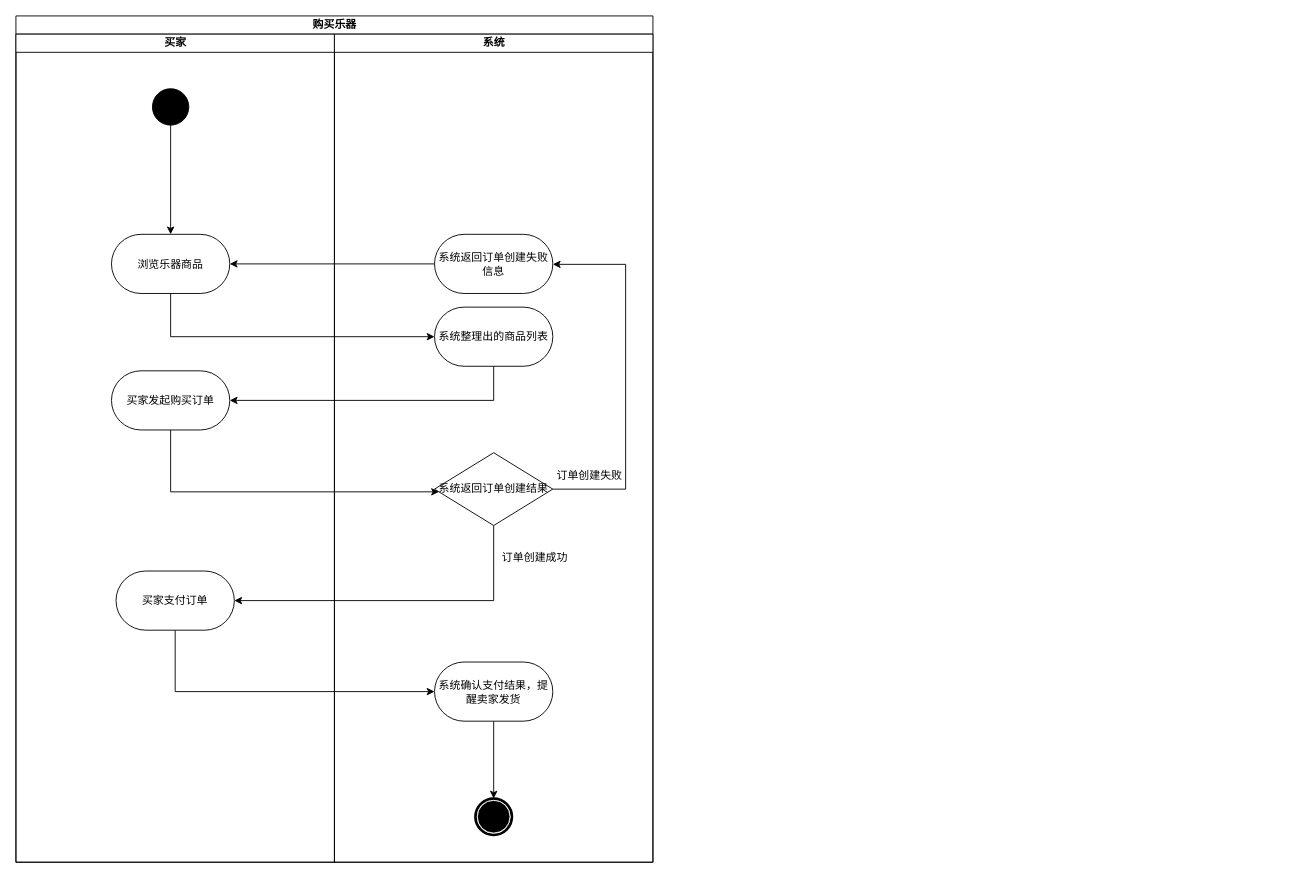
Before: page "功能建模" (1 of 2) of 文档/需求分析规约文档/三种建模/10购买乐器用例建模.drawio in w1ntercube/TJ-SE-Design, a draw.io diagram. Source tidied: cells renumbered, new cells numbered last; positions are measured from the earlier drawing's top-left corner, leaving out a move shared by most shapes. Both pictures are drawn from the tidied source at 91%, with x=0, y=0 at pixel (15, 15).
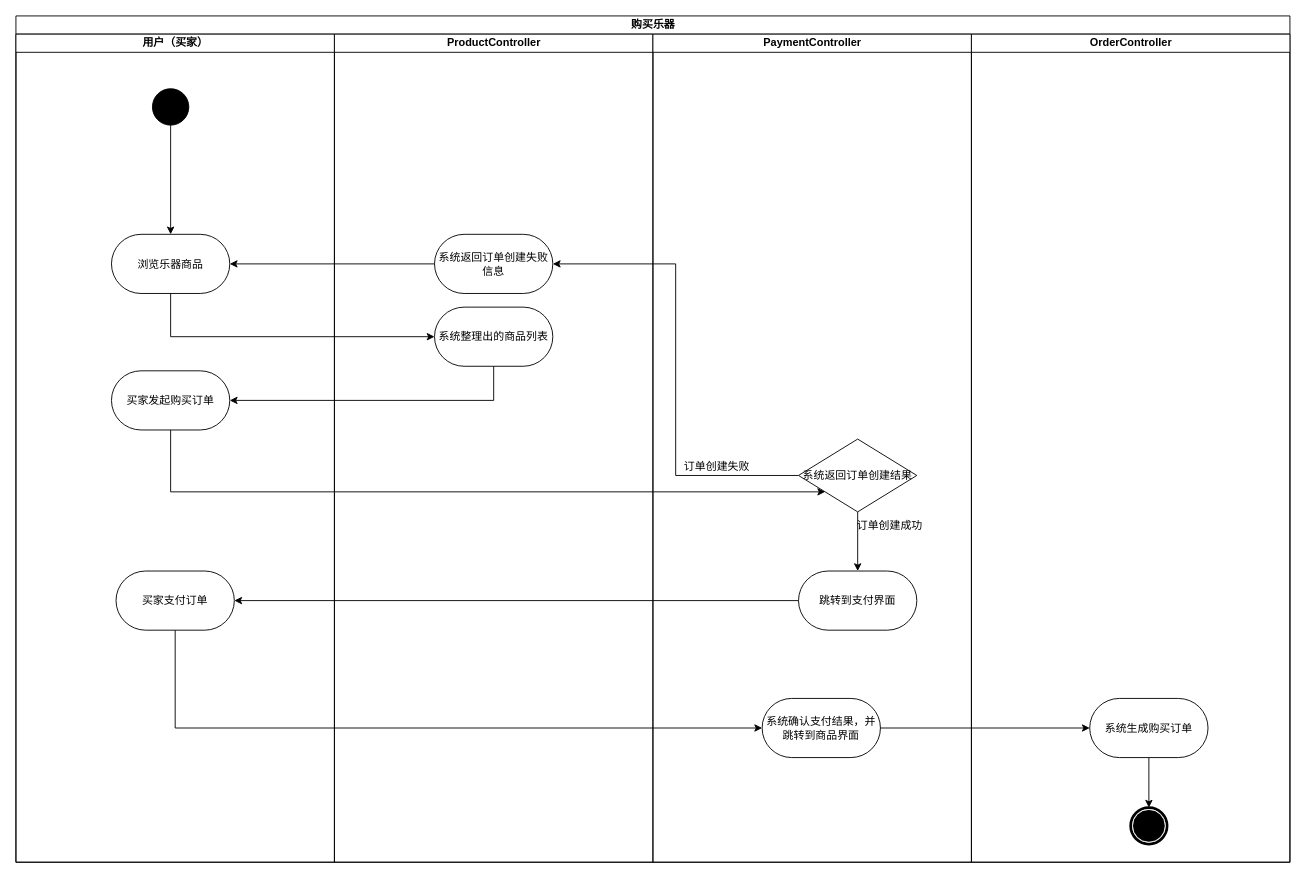
The same diagram, later.

The change refers to these unchanged cells:
```xml
<mxCell id="8" value="买家支付订单" style="whiteSpace=wrap;html=1;fontFamily=Verdana;rounded=1;shadow=0;comic=0;labelBackgroundColor=none;strokeWidth=1;arcSize=50;" parent="3" vertex="1">
  <mxGeometry x="110" y="590" width="130" height="65" as="geometry" />
</mxCell>
<mxCell id="13" value="系统返回订单创建失败信息" style="whiteSpace=wrap;html=1;fontFamily=Verdana;rounded=1;shadow=0;comic=0;labelBackgroundColor=none;strokeWidth=1;arcSize=50;" parent="9" vertex="1">
  <mxGeometry x="110" y="220" width="130" height="65" as="geometry" />
</mxCell>
```

Diff of the diagram source:
```diff
@@
     <mxCell id="2" value="购买乐器" style="swimlane;html=1;startSize=20;rounded=0;shadow=0;comic=0;labelBackgroundColor=none;strokeWidth=1;fontFamily=Verdana;fontSize=12;align=center;" parent="1" vertex="1">
-      <mxGeometry width="700" height="930" as="geometry" />
+      <mxGeometry width="1400" height="930" as="geometry" />
     </mxCell>
-    <mxCell id="3" value="买家" style="swimlane;html=1;startSize=20;" parent="2" vertex="1">
+    <mxCell id="3" value="用户（买家）" style="swimlane;html=1;startSize=20;" parent="2" vertex="1">
       <mxGeometry y="20" width="350" height="910" as="geometry" />
     </mxCell>
@@
-    <mxCell id="9" value="系统" style="swimlane;html=1;startSize=20;" parent="2" vertex="1">
+    <mxCell id="9" value="ProductController" style="swimlane;html=1;startSize=20;" parent="2" vertex="1">
       <mxGeometry x="350" y="20" width="350" height="910" as="geometry" />
     </mxCell>
@@
-    <mxCell id="11" value="系统返回订单创建结果" style="rhombus;whiteSpace=wrap;html=1;" parent="9" vertex="1">
-      <mxGeometry x="110" y="460" width="130" height="80" as="geometry" />
-    </mxCell>
-    <mxCell id="12" value="订单创建失败" style="text;html=1;align=center;verticalAlign=middle;strokeColor=none;fillColor=none;" parent="9" vertex="1">
-      <mxGeometry x="230" y="470" width="100" height="30" as="geometry" />
-    </mxCell>
@@
-    <mxCell id="14" style="edgeStyle=orthogonalEdgeStyle;rounded=0;jettySize=auto;html=1;" parent="9" edge="1" source="11" target="13">
-      <mxGeometry relative="1" as="geometry">
-        <Array as="points">
-          <mxPoint x="320" y="500" />
-          <mxPoint x="320" y="253" />
-        </Array>
-      </mxGeometry>
-    </mxCell>
-    <mxCell id="15" value="订单创建成功" style="text;html=1;align=center;verticalAlign=middle;strokeColor=none;fillColor=none;" parent="9" vertex="1">
-      <mxGeometry x="170" y="560" width="100" height="30" as="geometry" />
-    </mxCell>
-    <mxCell id="16" style="edgeStyle=orthogonalEdgeStyle;rounded=0;jettySize=auto;html=1;entryX=0.5;entryY=0;entryDx=0;entryDy=0;" parent="9" edge="1" source="17" target="18">
-      <mxGeometry relative="1" as="geometry" />
-    </mxCell>
-    <mxCell id="17" value="系统确认支付结果，提醒卖家发货" style="whiteSpace=wrap;html=1;fontFamily=Verdana;rounded=1;shadow=0;comic=0;labelBackgroundColor=none;strokeWidth=1;arcSize=50;" parent="9" vertex="1">
-      <mxGeometry x="110" y="690" width="130" height="65" as="geometry" />
-    </mxCell>
-    <mxCell id="18" style="shape=mxgraph.bpmn.shape;html=1;verticalLabelPosition=bottom;labelBackgroundColor=#ffffff;verticalAlign=top;perimeter=ellipsePerimeter;outline=end;symbol=terminate;rounded=0;shadow=0;comic=0;strokeWidth=1;fontFamily=Verdana;fontSize=12;align=center;" parent="9" vertex="1">
-      <mxGeometry x="155" y="840" width="40" height="40" as="geometry" />
-    </mxCell>
@@
-    <mxCell id="23" style="edgeStyle=orthogonalEdgeStyle;rounded=0;jettySize=auto;html=1;entryX=1;entryY=0.5;entryDx=0;entryDy=0;exitX=0.5;exitY=1;exitDx=0;exitDy=0;" parent="2" edge="1" source="11" target="8">
-      <mxGeometry relative="1" as="geometry" />
-    </mxCell>
@@
+    <mxCell id="14" style="edgeStyle=orthogonalEdgeStyle;rounded=0;jettySize=auto;html=1;exitX=0;exitY=0.5;exitDx=0;exitDy=0;entryX=1;entryY=0.5;entryDx=0;entryDy=0;" parent="2" edge="1" source="11" target="13">
+      <mxGeometry relative="1" as="geometry" />
+    </mxCell>
+    <mxCell id="25" value="PaymentController" style="swimlane;html=1;startSize=20;" parent="2" vertex="1">
+      <mxGeometry x="700" y="20" width="350" height="910" as="geometry" />
+    </mxCell>
+    <mxCell id="26" style="edgeStyle=orthogonalEdgeStyle;rounded=0;jettySize=auto;html=1;" parent="25" edge="1" source="11" target="27">
+      <mxGeometry relative="1" as="geometry" />
+    </mxCell>
+    <mxCell id="11" value="系统返回订单创建结果" style="rhombus;whiteSpace=wrap;html=1;" parent="25" vertex="1">
+      <mxGeometry x="160" y="445" width="130" height="80" as="geometry" />
+    </mxCell>
+    <mxCell id="12" value="订单创建失败" style="text;html=1;align=center;verticalAlign=middle;strokeColor=none;fillColor=none;" parent="25" vertex="1">
+      <mxGeometry x="20" y="460" width="100" height="30" as="geometry" />
+    </mxCell>
+    <mxCell id="17" value="系统确认支付结果，并跳转到商品界面" style="whiteSpace=wrap;html=1;fontFamily=Verdana;rounded=1;shadow=0;comic=0;labelBackgroundColor=none;strokeWidth=1;arcSize=50;" parent="25" vertex="1">
+      <mxGeometry x="120" y="730" width="130" height="65" as="geometry" />
+    </mxCell>
+    <mxCell id="27" value="跳转到支付界面" style="whiteSpace=wrap;html=1;fontFamily=Verdana;rounded=1;shadow=0;comic=0;labelBackgroundColor=none;strokeWidth=1;arcSize=50;" parent="25" vertex="1">
+      <mxGeometry x="160" y="590" width="130" height="65" as="geometry" />
+    </mxCell>
+    <mxCell id="15" value="订单创建成功" style="text;html=1;align=center;verticalAlign=middle;strokeColor=none;fillColor=none;" parent="25" vertex="1">
+      <mxGeometry x="210" y="525" width="100" height="30" as="geometry" />
+    </mxCell>
+    <mxCell id="28" style="edgeStyle=orthogonalEdgeStyle;rounded=0;jettySize=auto;html=1;exitX=0;exitY=0.5;exitDx=0;exitDy=0;" parent="2" edge="1" source="27" target="8">
+      <mxGeometry relative="1" as="geometry" />
+    </mxCell>
+    <mxCell id="29" value="OrderController" style="swimlane;html=1;startSize=20;" parent="2" vertex="1">
+      <mxGeometry x="1050" y="20" width="350" height="910" as="geometry" />
+    </mxCell>
+    <mxCell id="30" style="shape=mxgraph.bpmn.shape;html=1;verticalLabelPosition=bottom;labelBackgroundColor=#ffffff;verticalAlign=top;perimeter=ellipsePerimeter;outline=end;symbol=terminate;rounded=0;shadow=0;comic=0;strokeWidth=1;fontFamily=Verdana;fontSize=12;align=center;" parent="29" vertex="1">
+      <mxGeometry x="175" y="850" width="40" height="40" as="geometry" />
+    </mxCell>
+    <mxCell id="31" style="edgeStyle=orthogonalEdgeStyle;rounded=0;jettySize=auto;html=1;" parent="29" edge="1" source="32" target="30">
+      <mxGeometry relative="1" as="geometry" />
+    </mxCell>
+    <mxCell id="32" value="系统生成购买订单" style="whiteSpace=wrap;html=1;fontFamily=Verdana;rounded=1;shadow=0;comic=0;labelBackgroundColor=none;strokeWidth=1;arcSize=50;" parent="29" vertex="1">
+      <mxGeometry x="130" y="730" width="130" height="65" as="geometry" />
+    </mxCell>
+    <mxCell id="33" style="edgeStyle=orthogonalEdgeStyle;rounded=0;jettySize=auto;html=1;exitX=1;exitY=0.5;exitDx=0;exitDy=0;" parent="2" edge="1" source="17" target="32">
+      <mxGeometry relative="1" as="geometry" />
+    </mxCell>
```
